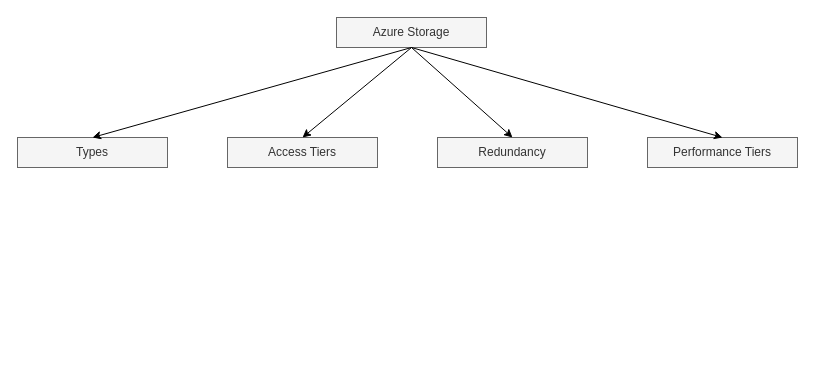
Above: Azure/名称未設定ファイル.drawio in developer-onizuka/Diagrams (draw.io), before the change. Source tidied: cells renumbered, new cells numbered last; positions are measured from the earlier drawing's top-left corner, leaving out a move shared by most shapes. Both pictures are drawn from the tidied source at 100%, with x=0, y=0 at pixel (17, 17).
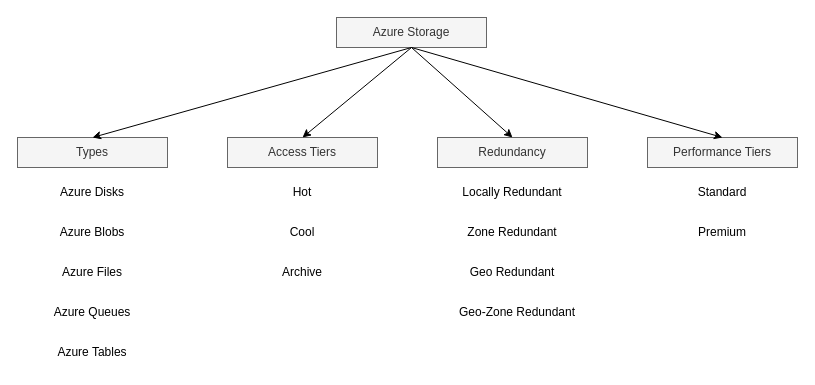
The same page after the edit.

What changed in the source:
```diff
@@
+    <mxCell id="11" value="Azure Disks" style="text;html=1;strokeColor=none;fillColor=none;align=center;verticalAlign=middle;whiteSpace=wrap;rounded=0;" parent="1" vertex="1">
+      <mxGeometry x="20" y="160" width="110" height="30" as="geometry" />
+    </mxCell>
+    <mxCell id="12" value="Azure Blobs" style="text;html=1;strokeColor=none;fillColor=none;align=center;verticalAlign=middle;whiteSpace=wrap;rounded=0;" parent="1" vertex="1">
+      <mxGeometry x="20" y="200" width="110" height="30" as="geometry" />
+    </mxCell>
+    <mxCell id="13" value="Azure Files" style="text;html=1;strokeColor=none;fillColor=none;align=center;verticalAlign=middle;whiteSpace=wrap;rounded=0;" parent="1" vertex="1">
+      <mxGeometry x="20" y="240" width="110" height="30" as="geometry" />
+    </mxCell>
+    <mxCell id="14" value="Azure Queues" style="text;html=1;strokeColor=none;fillColor=none;align=center;verticalAlign=middle;whiteSpace=wrap;rounded=0;" parent="1" vertex="1">
+      <mxGeometry x="20" y="280" width="110" height="30" as="geometry" />
+    </mxCell>
+    <mxCell id="15" value="Azure Tables" style="text;html=1;strokeColor=none;fillColor=none;align=center;verticalAlign=middle;whiteSpace=wrap;rounded=0;" parent="1" vertex="1">
+      <mxGeometry x="20" y="320" width="110" height="30" as="geometry" />
+    </mxCell>
+    <mxCell id="16" value="Archive" style="text;html=1;strokeColor=none;fillColor=none;align=center;verticalAlign=middle;whiteSpace=wrap;rounded=0;" parent="1" vertex="1">
+      <mxGeometry x="230" y="240" width="110" height="30" as="geometry" />
+    </mxCell>
+    <mxCell id="17" value="Cool" style="text;html=1;strokeColor=none;fillColor=none;align=center;verticalAlign=middle;whiteSpace=wrap;rounded=0;" parent="1" vertex="1">
+      <mxGeometry x="230" y="200" width="110" height="30" as="geometry" />
+    </mxCell>
+    <mxCell id="18" value="Hot" style="text;html=1;strokeColor=none;fillColor=none;align=center;verticalAlign=middle;whiteSpace=wrap;rounded=0;" parent="1" vertex="1">
+      <mxGeometry x="230" y="160" width="110" height="30" as="geometry" />
+    </mxCell>
+    <mxCell id="19" value="Geo-Zone Redundant" style="text;html=1;strokeColor=none;fillColor=none;align=center;verticalAlign=middle;whiteSpace=wrap;rounded=0;" parent="1" vertex="1">
+      <mxGeometry x="440" y="280" width="120" height="30" as="geometry" />
+    </mxCell>
+    <mxCell id="20" value="Geo Redundant" style="text;html=1;strokeColor=none;fillColor=none;align=center;verticalAlign=middle;whiteSpace=wrap;rounded=0;" parent="1" vertex="1">
+      <mxGeometry x="440" y="240" width="110" height="30" as="geometry" />
+    </mxCell>
+    <mxCell id="21" value="Zone Redundant" style="text;html=1;strokeColor=none;fillColor=none;align=center;verticalAlign=middle;whiteSpace=wrap;rounded=0;" parent="1" vertex="1">
+      <mxGeometry x="440" y="200" width="110" height="30" as="geometry" />
+    </mxCell>
+    <mxCell id="22" value="Locally Redundant" style="text;html=1;strokeColor=none;fillColor=none;align=center;verticalAlign=middle;whiteSpace=wrap;rounded=0;" parent="1" vertex="1">
+      <mxGeometry x="440" y="160" width="110" height="30" as="geometry" />
+    </mxCell>
+    <mxCell id="23" value="Premium" style="text;html=1;strokeColor=none;fillColor=none;align=center;verticalAlign=middle;whiteSpace=wrap;rounded=0;" parent="1" vertex="1">
+      <mxGeometry x="650" y="200" width="110" height="30" as="geometry" />
+    </mxCell>
+    <mxCell id="24" value="Standard" style="text;html=1;strokeColor=none;fillColor=none;align=center;verticalAlign=middle;whiteSpace=wrap;rounded=0;" parent="1" vertex="1">
+      <mxGeometry x="650" y="160" width="110" height="30" as="geometry" />
+    </mxCell>
```
